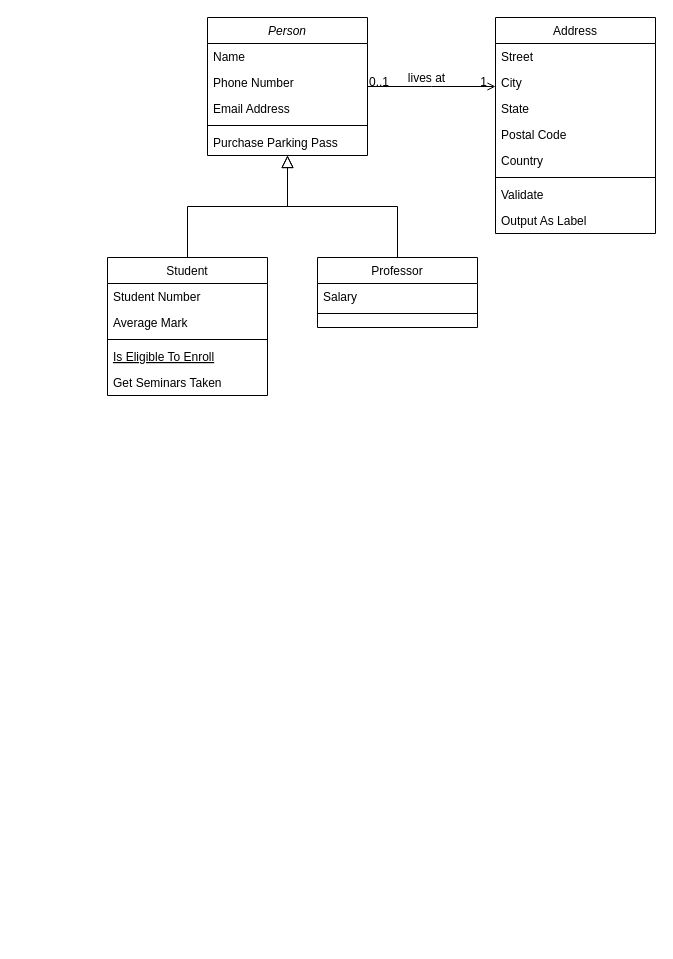
Above: Untitled Diagram.drawio in hjrvac/Android (draw.io), before the change. Source tidied: cells renumbered, new cells numbered last; positions are measured from the earlier drawing's top-left corner, leaving out a move shared by most shapes. Both pictures are drawn from the tidied source at 100%, with x=0, y=0 at pixel (107, 17).
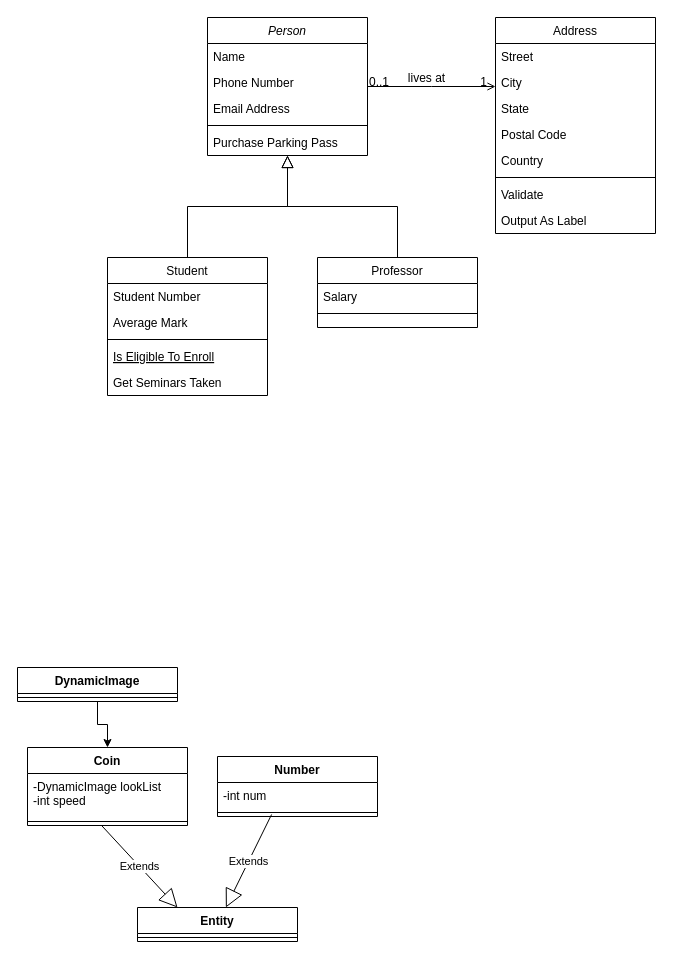
The same diagram, later.

What changed in the source:
```diff
@@
+    <mxCell id="32" style="edgeStyle=orthogonalEdgeStyle;rounded=0;jettySize=auto;html=1;entryX=0.5;entryY=0;entryDx=0;entryDy=0;" parent="1" edge="1" source="33" target="35">
+      <mxGeometry relative="1" as="geometry" />
+    </mxCell>
+    <mxCell id="33" value="DynamicImage" style="swimlane;fontStyle=1;align=center;verticalAlign=top;horizontal=1;startSize=26;" parent="1" vertex="1">
+      <mxGeometry x="-90" y="650" width="160" height="34" as="geometry" />
+    </mxCell>
+    <mxCell id="34" style="line;strokeWidth=1;fillColor=none;align=left;verticalAlign=middle;spacingTop=-1;spacingLeft=3;spacingRight=3;labelPosition=right;" parent="33" vertex="1">
+      <mxGeometry y="26" width="160" height="8" as="geometry" />
+    </mxCell>
+    <mxCell id="35" value="Coin" style="swimlane;fontStyle=1;align=center;verticalAlign=top;horizontal=1;startSize=26;" parent="1" vertex="1">
+      <mxGeometry x="-80" y="730" width="160" height="78" as="geometry" />
+    </mxCell>
+    <mxCell id="36" value="-DynamicImage lookList&#10;-int speed" style="text;strokeColor=none;fillColor=none;align=left;verticalAlign=top;spacingLeft=4;spacingRight=4;overflow=hidden;" parent="35" vertex="1">
+      <mxGeometry y="26" width="160" height="44" as="geometry" />
+    </mxCell>
+    <mxCell id="37" style="line;strokeWidth=1;fillColor=none;align=left;verticalAlign=middle;spacingTop=-1;spacingLeft=3;spacingRight=3;labelPosition=right;points=[];portConstraint=eastwest;" parent="35" vertex="1">
+      <mxGeometry y="70" width="160" height="8" as="geometry" />
+    </mxCell>
+    <mxCell id="38" value="Number" style="swimlane;fontStyle=1;align=center;verticalAlign=top;horizontal=1;startSize=26;" parent="1" vertex="1">
+      <mxGeometry x="110" y="739" width="160" height="60" as="geometry" />
+    </mxCell>
+    <mxCell id="39" value="-int num&#10;" style="text;strokeColor=none;fillColor=none;align=left;verticalAlign=top;spacingLeft=4;spacingRight=4;overflow=hidden;" parent="38" vertex="1">
+      <mxGeometry y="26" width="160" height="26" as="geometry" />
+    </mxCell>
+    <mxCell id="40" style="line;strokeWidth=1;fillColor=none;align=left;verticalAlign=middle;spacingTop=-1;spacingLeft=3;spacingRight=3;labelPosition=right;points=[];portConstraint=eastwest;" parent="38" vertex="1">
+      <mxGeometry y="52" width="160" height="8" as="geometry" />
+    </mxCell>
+    <mxCell id="41" value="Entity" style="swimlane;fontStyle=1;align=center;verticalAlign=top;horizontal=1;startSize=26;" parent="1" vertex="1">
+      <mxGeometry x="30" y="890" width="160" height="34" as="geometry" />
+    </mxCell>
+    <mxCell id="42" style="line;strokeWidth=1;fillColor=none;align=left;verticalAlign=middle;spacingTop=-1;spacingLeft=3;spacingRight=3;labelPosition=right;" parent="41" vertex="1">
+      <mxGeometry y="26" width="160" height="8" as="geometry" />
+    </mxCell>
+    <mxCell id="43" value="Extends" style="endArrow=block;endSize=16;endFill=0;html=1;exitX=0.338;exitY=0.75;exitDx=0;exitDy=0;exitPerimeter=0;" parent="1" edge="1" source="40" target="41">
+      <mxGeometry relative="1" as="geometry" />
+    </mxCell>
+    <mxCell id="44" value="Extends" style="endArrow=block;endSize=16;endFill=0;html=1;entryX=0.25;entryY=0;entryDx=0;entryDy=0;exitX=0.463;exitY=1;exitDx=0;exitDy=0;exitPerimeter=0;" parent="1" edge="1" source="37" target="41">
+      <mxGeometry relative="1" as="geometry" />
+    </mxCell>
```
